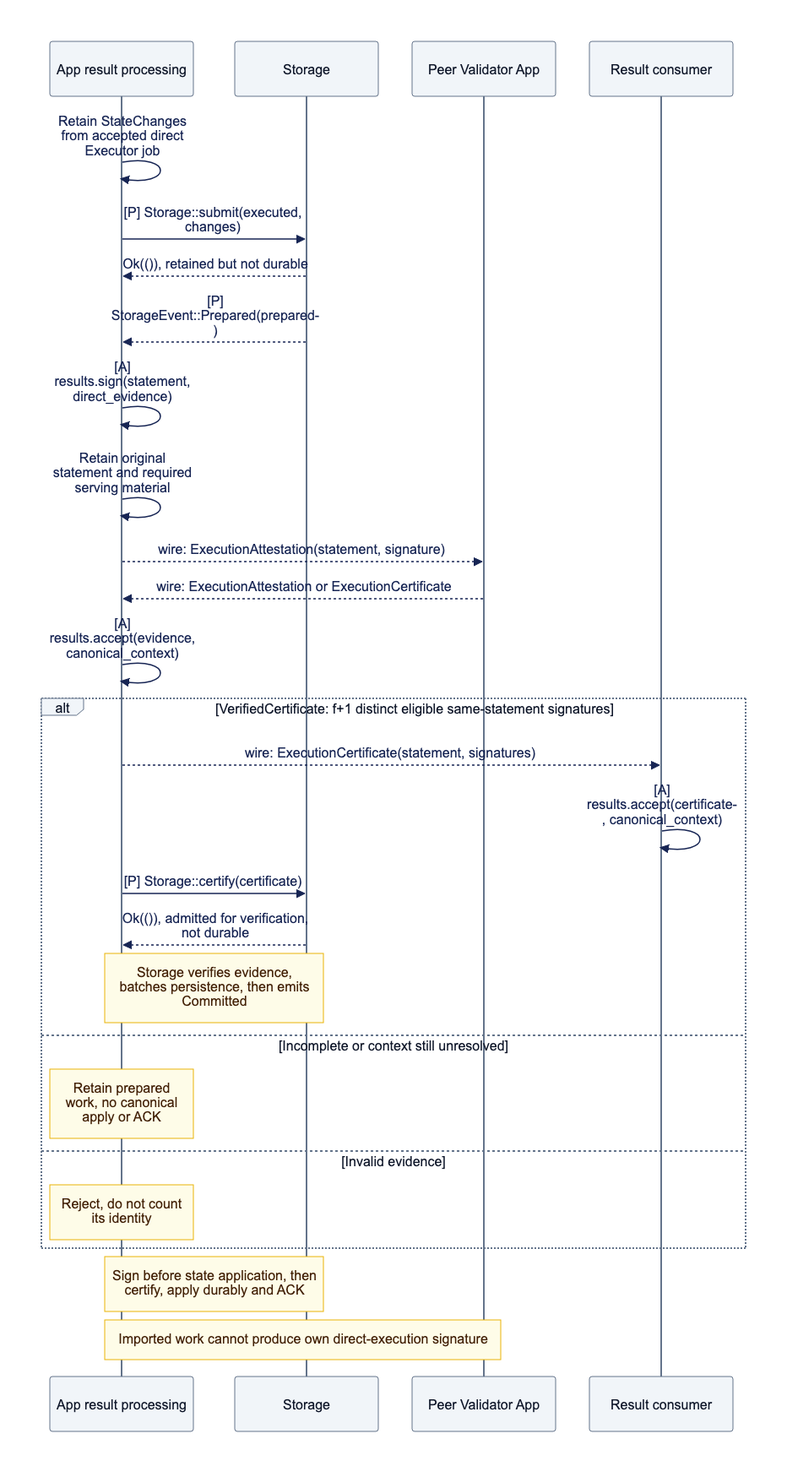
This is docs/assets/diagrams/diagram-11.png from djm07073/baton, a Mermaid export, as it was before one commit. Its source is kept beside it as docs/assets/diagrams/diagram-11.mmd. Its diagram source:
```mermaid
sequenceDiagram
    participant A as App result processing
    participant S as Storage
    participant P as Peer Validator App
    participant R as Result consumer
    A->>A: Retain StateChanges from accepted direct Executor job
    A->>S: [P] Storage::submit(executed, changes)
    S-->>A: Ok(()), retained but not durable
    S-->>A: [P] StorageEvent::Prepared(prepared)
    A->>A: [A] results.sign(statement, direct_evidence)
    A->>A: Retain original statement and required serving material
    A-->>P: wire: ExecutionAttestation(statement, signature)
    P-->>A: wire: ExecutionAttestation or ExecutionCertificate
    A->>A: [A] results.accept(evidence, canonical_context)
    alt VerifiedCertificate: f+1 distinct eligible same-statement signatures
        A-->>R: wire: ExecutionCertificate(statement, signatures)
        R->>R: [A] results.accept(certificate, canonical_context)
        A->>S: [P] Storage::certify(certificate)
        S-->>A: Ok(()), admitted for verification, not durable
        Note over A,S: Storage verifies evidence, batches persistence, then emits Committed
    else Incomplete or context still unresolved
        Note over A: Retain prepared work, no canonical apply or ACK
    else Invalid evidence
        Note over A: Reject, do not count its identity
    end
    Note over A,S: Sign before state application, then certify, apply durably and ACK
    Note over A,P: Imported work cannot produce own direct-execution signature
```
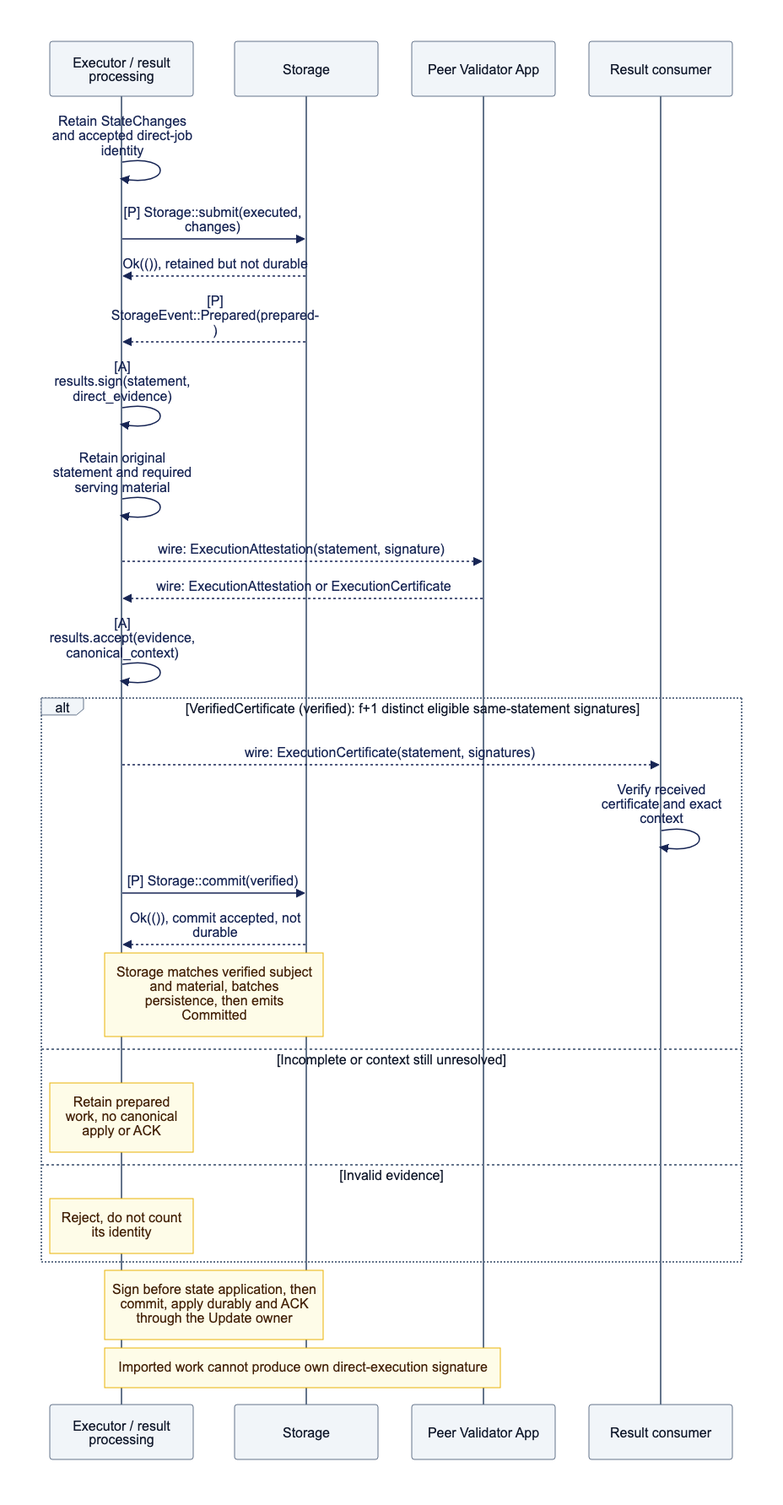
Later version of the same file.

Change to the diagram source:
```diff
@@ -1,9 +1,9 @@
 sequenceDiagram
-    participant A as App result processing
+    participant A as Executor / result processing
     participant S as Storage
     participant P as Peer Validator App
     participant R as Result consumer
-    A->>A: Retain StateChanges from accepted direct Executor job
+    A->>A: Retain StateChanges and accepted direct-job identity
     A->>S: [P] Storage::submit(executed, changes)
     S-->>A: Ok(()), retained but not durable
     S-->>A: [P] StorageEvent::Prepared(prepared)
@@ -12,16 +12,16 @@
     A-->>P: wire: ExecutionAttestation(statement, signature)
     P-->>A: wire: ExecutionAttestation or ExecutionCertificate
     A->>A: [A] results.accept(evidence, canonical_context)
-    alt VerifiedCertificate: f+1 distinct eligible same-statement signatures
+    alt VerifiedCertificate (verified): f+1 distinct eligible same-statement signatures
         A-->>R: wire: ExecutionCertificate(statement, signatures)
-        R->>R: [A] results.accept(certificate, canonical_context)
-        A->>S: [P] Storage::certify(certificate)
-        S-->>A: Ok(()), admitted for verification, not durable
-        Note over A,S: Storage verifies evidence, batches persistence, then emits Committed
+        R->>R: Verify received certificate and exact context
+        A->>S: [P] Storage::commit(verified)
+        S-->>A: Ok(()), commit accepted, not durable
+        Note over A,S: Storage matches verified subject and material, batches persistence, then emits Committed
     else Incomplete or context still unresolved
         Note over A: Retain prepared work, no canonical apply or ACK
     else Invalid evidence
         Note over A: Reject, do not count its identity
     end
-    Note over A,S: Sign before state application, then certify, apply durably and ACK
+    Note over A,S: Sign before state application, then commit, apply durably and ACK through the Update owner
     Note over A,P: Imported work cannot produce own direct-execution signature
```
